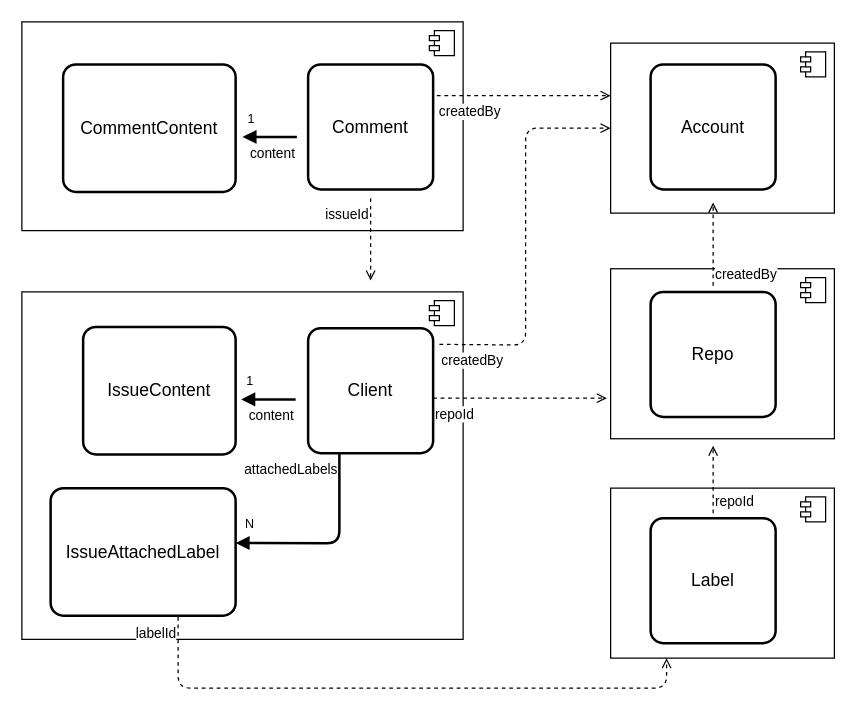
The draw.io diagram md/etc/aggregate.drawio in oscka/starter, before the edit. Source tidied: cells renumbered, new cells numbered last; positions are measured from the earlier drawing's top-left corner, leaving out a move shared by most shapes. Both pictures are drawn from the tidied source at 125%, with x=0, y=0 at pixel (21, 21).
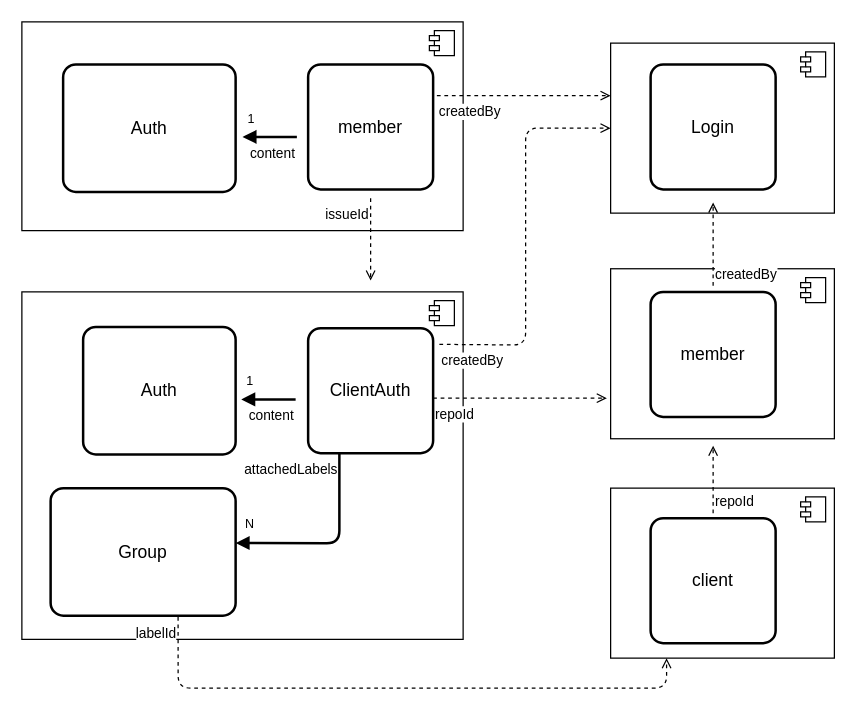
Above is the later version.

The edit, as a diff of the source:
```diff
@@
-    <mxCell id="12" value="Client" style="strokeWidth=2;rounded=1;arcSize=10;whiteSpace=wrap;html=1;align=center;fontSize=14;" parent="1" vertex="1">
+    <mxCell id="12" value="ClientAuth" style="strokeWidth=2;rounded=1;arcSize=10;whiteSpace=wrap;html=1;align=center;fontSize=14;" parent="1" vertex="1">
       <mxGeometry x="229" y="245" width="100" height="100" as="geometry" />
     </mxCell>
-    <mxCell id="13" value="IssueAttachedLabel" style="strokeWidth=2;rounded=1;arcSize=10;whiteSpace=wrap;html=1;align=center;fontSize=14;" parent="1" vertex="1">
+    <mxCell id="13" value="Group" style="strokeWidth=2;rounded=1;arcSize=10;whiteSpace=wrap;html=1;align=center;fontSize=14;" parent="1" vertex="1">
       <mxGeometry x="23" y="373" width="148" height="102" as="geometry" />
     </mxCell>
-    <mxCell id="14" value="IssueContent" style="strokeWidth=2;rounded=1;arcSize=10;whiteSpace=wrap;html=1;align=center;fontSize=14;" parent="1" vertex="1">
+    <mxCell id="14" value="Auth" style="strokeWidth=2;rounded=1;arcSize=10;whiteSpace=wrap;html=1;align=center;fontSize=14;" parent="1" vertex="1">
       <mxGeometry x="49" y="244" width="122" height="102" as="geometry" />
     </mxCell>
-    <mxCell id="15" value="Account" style="strokeWidth=2;rounded=1;arcSize=10;whiteSpace=wrap;html=1;align=center;fontSize=14;" parent="1" vertex="1">
+    <mxCell id="15" value="Login" style="strokeWidth=2;rounded=1;arcSize=10;whiteSpace=wrap;html=1;align=center;fontSize=14;" parent="1" vertex="1">
       <mxGeometry x="503" y="34" width="100" height="100" as="geometry" />
     </mxCell>
-    <mxCell id="16" value="Comment" style="strokeWidth=2;rounded=1;arcSize=10;whiteSpace=wrap;html=1;align=center;fontSize=14;" parent="1" vertex="1">
+    <mxCell id="16" value="member" style="strokeWidth=2;rounded=1;arcSize=10;whiteSpace=wrap;html=1;align=center;fontSize=14;" parent="1" vertex="1">
       <mxGeometry x="229" y="34" width="100" height="100" as="geometry" />
     </mxCell>
-    <mxCell id="17" value="CommentContent" style="strokeWidth=2;rounded=1;arcSize=10;whiteSpace=wrap;html=1;align=center;fontSize=14;" parent="1" vertex="1">
+    <mxCell id="17" value="Auth" style="strokeWidth=2;rounded=1;arcSize=10;whiteSpace=wrap;html=1;align=center;fontSize=14;" parent="1" vertex="1">
       <mxGeometry x="33" y="34" width="138" height="102" as="geometry" />
     </mxCell>
-    <mxCell id="18" value="Repo" style="strokeWidth=2;rounded=1;arcSize=10;whiteSpace=wrap;html=1;align=center;fontSize=14;" parent="1" vertex="1">
+    <mxCell id="18" value="member" style="strokeWidth=2;rounded=1;arcSize=10;whiteSpace=wrap;html=1;align=center;fontSize=14;" parent="1" vertex="1">
       <mxGeometry x="503" y="216" width="100" height="100" as="geometry" />
     </mxCell>
-    <mxCell id="19" value="Label" style="strokeWidth=2;rounded=1;arcSize=10;whiteSpace=wrap;html=1;align=center;fontSize=14;" parent="1" vertex="1">
+    <mxCell id="19" value="client" style="strokeWidth=2;rounded=1;arcSize=10;whiteSpace=wrap;html=1;align=center;fontSize=14;" parent="1" vertex="1">
       <mxGeometry x="503" y="397" width="100" height="100" as="geometry" />
     </mxCell>
```
